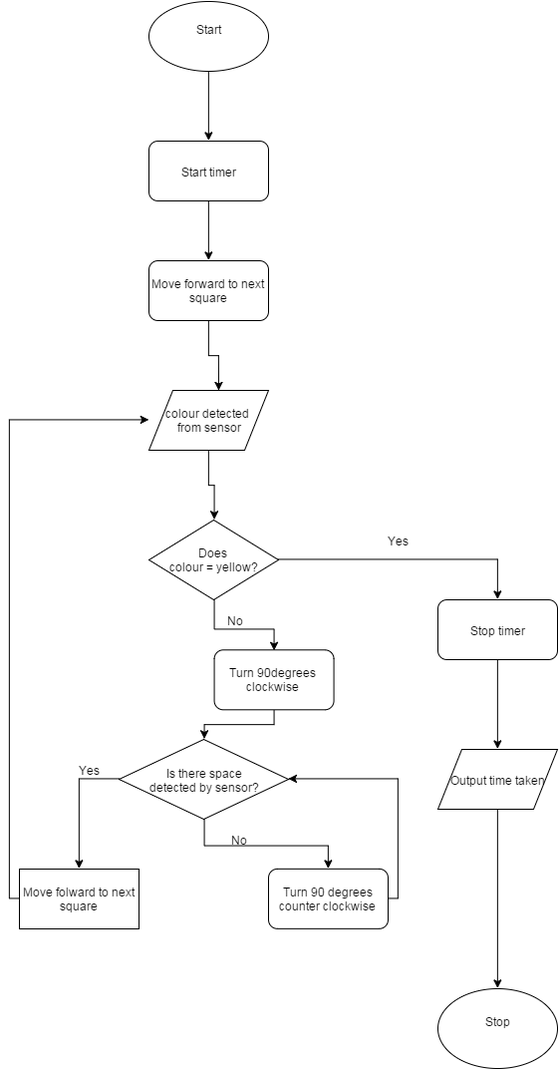
Earlier version of the draw.io export flowchart for program.png (TomHazellCov/D2-Semester-1-LEGO-EV3-project). Source tidied: cells renumbered, new cells last; positions are measured from the earlier drawing's top-left corner, leaving out a move shared by most shapes. Its diagram source:
```xml
<mxGraphModel background="#ffffff">
  <root>
    <mxCell id="0" />
    <mxCell id="1" parent="0" />
    <mxCell id="2" style="edgeStyle=orthogonalEdgeStyle;rounded=0;html=1;exitX=0.5;exitY=1;entryX=0.5;entryY=0;" parent="1" edge="1" source="3" target="28">
      <mxGeometry relative="1" as="geometry" />
    </mxCell>
    <mxCell id="3" value="Start&lt;div&gt;&lt;br&gt;&lt;/div&gt;" style="ellipse;whiteSpace=wrap;html=1;" parent="1" vertex="1">
      <mxGeometry x="130" width="120" height="70" as="geometry" />
    </mxCell>
    <mxCell id="4" style="edgeStyle=orthogonalEdgeStyle;rounded=0;html=1;entryX=0.5;entryY=0;" parent="1" edge="1" source="6" target="32">
      <mxGeometry relative="1" as="geometry">
        <Array as="points">
          <mxPoint x="480" y="559" />
        </Array>
      </mxGeometry>
    </mxCell>
    <mxCell id="5" style="edgeStyle=orthogonalEdgeStyle;rounded=0;html=1;entryX=0.5;entryY=0;" parent="1" edge="1" source="6" target="20">
      <mxGeometry relative="1" as="geometry">
        <Array as="points">
          <mxPoint x="196" y="630" />
          <mxPoint x="256" y="630" />
        </Array>
      </mxGeometry>
    </mxCell>
    <mxCell id="6" value="Does&amp;nbsp;&lt;div&gt;colour = yellow?&lt;/div&gt;" style="rhombus;whiteSpace=wrap;html=1;" parent="1" vertex="1">
      <mxGeometry x="130" y="520" width="130" height="80" as="geometry" />
    </mxCell>
    <mxCell id="7" style="edgeStyle=orthogonalEdgeStyle;rounded=0;html=1;exitX=0.5;exitY=0;entryX=0.5;entryY=0;" parent="1" edge="1" source="8" target="8">
      <mxGeometry relative="1" as="geometry" />
    </mxCell>
    <mxCell id="8" value="Stop&lt;div&gt;&lt;br&gt;&lt;/div&gt;" style="ellipse;whiteSpace=wrap;html=1;" parent="1" vertex="1">
      <mxGeometry x="420" y="990" width="120" height="80" as="geometry" />
    </mxCell>
    <mxCell id="9" style="edgeStyle=orthogonalEdgeStyle;rounded=0;html=1;exitX=0;exitY=0.5;entryX=0;entryY=0.5;" parent="1" edge="1" source="10" target="14">
      <mxGeometry relative="1" as="geometry" />
    </mxCell>
    <mxCell id="10" value="Move folward to next square" style="whiteSpace=wrap;html=1;" parent="1" vertex="1">
      <mxGeometry y="870" width="120" height="60" as="geometry" />
    </mxCell>
    <mxCell id="11" value="Yes" style="text;html=1;strokeColor=none;fillColor=none;align=center;verticalAlign=middle;whiteSpace=wrap;overflow=hidden;" parent="1" vertex="1">
      <mxGeometry x="360" y="530" width="40" height="20" as="geometry" />
    </mxCell>
    <mxCell id="12" value="No" style="text;html=1;strokeColor=none;fillColor=none;align=center;verticalAlign=middle;whiteSpace=wrap;overflow=hidden;" parent="1" vertex="1">
      <mxGeometry x="196" y="610" width="40" height="20" as="geometry" />
    </mxCell>
    <mxCell id="13" style="edgeStyle=orthogonalEdgeStyle;rounded=0;html=1;exitX=0.5;exitY=1;entryX=0.5;entryY=0;" parent="1" edge="1" source="14" target="6">
      <mxGeometry relative="1" as="geometry" />
    </mxCell>
    <mxCell id="14" value="colour detected&amp;nbsp;&lt;div&gt;from sensor&lt;/div&gt;" style="shape=parallelogram;whiteSpace=wrap;html=1;" parent="1" vertex="1">
      <mxGeometry x="130" y="390" width="120" height="60" as="geometry" />
    </mxCell>
    <mxCell id="15" style="edgeStyle=orthogonalEdgeStyle;rounded=0;html=1;exitX=0;exitY=0.5;entryX=0.5;entryY=0;" parent="1" edge="1" source="17" target="10">
      <mxGeometry relative="1" as="geometry" />
    </mxCell>
    <mxCell id="16" style="edgeStyle=orthogonalEdgeStyle;rounded=0;html=1;exitX=0.5;exitY=1;entryX=0.5;entryY=0;" parent="1" edge="1" source="17" target="25">
      <mxGeometry relative="1" as="geometry">
        <Array as="points">
          <mxPoint x="186" y="846" />
          <mxPoint x="310" y="846" />
        </Array>
      </mxGeometry>
    </mxCell>
    <mxCell id="17" style="rhombus;whiteSpace=wrap;html=1;" parent="1" vertex="1">
      <mxGeometry x="100" y="740" width="170" height="80" as="geometry" />
    </mxCell>
    <mxCell id="18" value="Is there space detected by sensor?" style="text;html=1;strokeColor=none;fillColor=none;align=center;verticalAlign=middle;whiteSpace=wrap;overflow=hidden;" parent="1" vertex="1">
      <mxGeometry x="125" y="760" width="120" height="40" as="geometry" />
    </mxCell>
    <mxCell id="19" style="edgeStyle=orthogonalEdgeStyle;rounded=0;html=1;exitX=0.5;exitY=1;entryX=0.5;entryY=0;" parent="1" edge="1" source="20" target="17">
      <mxGeometry relative="1" as="geometry" />
    </mxCell>
    <mxCell id="20" value="Turn 90degrees clockwise" style="rounded=1;whiteSpace=wrap;html=1;" parent="1" vertex="1">
      <mxGeometry x="195.6" y="650.3" width="120" height="60" as="geometry" />
    </mxCell>
    <mxCell id="21" value="Yes" style="text;html=1;strokeColor=none;fillColor=none;align=center;verticalAlign=middle;whiteSpace=wrap;overflow=hidden;" parent="1" vertex="1">
      <mxGeometry x="50" y="760" width="40" height="20" as="geometry" />
    </mxCell>
    <mxCell id="22" style="edgeStyle=orthogonalEdgeStyle;rounded=0;html=1;exitX=0.5;exitY=1;" parent="1" edge="1" source="23">
      <mxGeometry relative="1" as="geometry">
        <mxPoint x="200" y="390" as="targetPoint" />
      </mxGeometry>
    </mxCell>
    <mxCell id="23" value="Move forward to next square" style="rounded=1;whiteSpace=wrap;html=1;" parent="1" vertex="1">
      <mxGeometry x="130" y="260" width="120" height="60" as="geometry" />
    </mxCell>
    <mxCell id="24" style="edgeStyle=orthogonalEdgeStyle;rounded=0;html=1;exitX=1;exitY=0.5;entryX=1;entryY=0.5;" parent="1" edge="1" source="25" target="17">
      <mxGeometry relative="1" as="geometry" />
    </mxCell>
    <mxCell id="25" value="Turn 90 degrees counter clockwise" style="rounded=1;whiteSpace=wrap;html=1;" parent="1" vertex="1">
      <mxGeometry x="250" y="869.9" width="120" height="60" as="geometry" />
    </mxCell>
    <mxCell id="26" value="No" style="text;html=1;strokeColor=none;fillColor=none;align=center;verticalAlign=middle;whiteSpace=wrap;overflow=hidden;" parent="1" vertex="1">
      <mxGeometry x="200" y="830" width="40" height="20" as="geometry" />
    </mxCell>
    <mxCell id="27" style="edgeStyle=orthogonalEdgeStyle;rounded=0;html=1;exitX=0.5;exitY=1;entryX=0.5;entryY=0;" parent="1" edge="1" source="28" target="23">
      <mxGeometry relative="1" as="geometry" />
    </mxCell>
    <mxCell id="28" value="Start timer" style="rounded=1;whiteSpace=wrap;html=1;" parent="1" vertex="1">
      <mxGeometry x="130" y="140" width="120" height="60" as="geometry" />
    </mxCell>
    <mxCell id="29" style="edgeStyle=orthogonalEdgeStyle;rounded=0;html=1;exitX=0.5;exitY=1;entryX=0.5;entryY=0;" parent="1" edge="1" source="30" target="8">
      <mxGeometry relative="1" as="geometry" />
    </mxCell>
    <mxCell id="30" value="Output time taken" style="shape=parallelogram;whiteSpace=wrap;html=1;" parent="1" vertex="1">
      <mxGeometry x="420" y="750" width="120" height="60" as="geometry" />
    </mxCell>
    <mxCell id="31" style="edgeStyle=orthogonalEdgeStyle;rounded=0;html=1;exitX=0.5;exitY=1;entryX=0.5;entryY=0;" parent="1" edge="1" source="32" target="30">
      <mxGeometry relative="1" as="geometry" />
    </mxCell>
    <mxCell id="32" value="Stop timer" style="rounded=1;whiteSpace=wrap;html=1;" parent="1" vertex="1">
      <mxGeometry x="420" y="600" width="120" height="60" as="geometry" />
    </mxCell>
  </root>
</mxGraphModel>
```
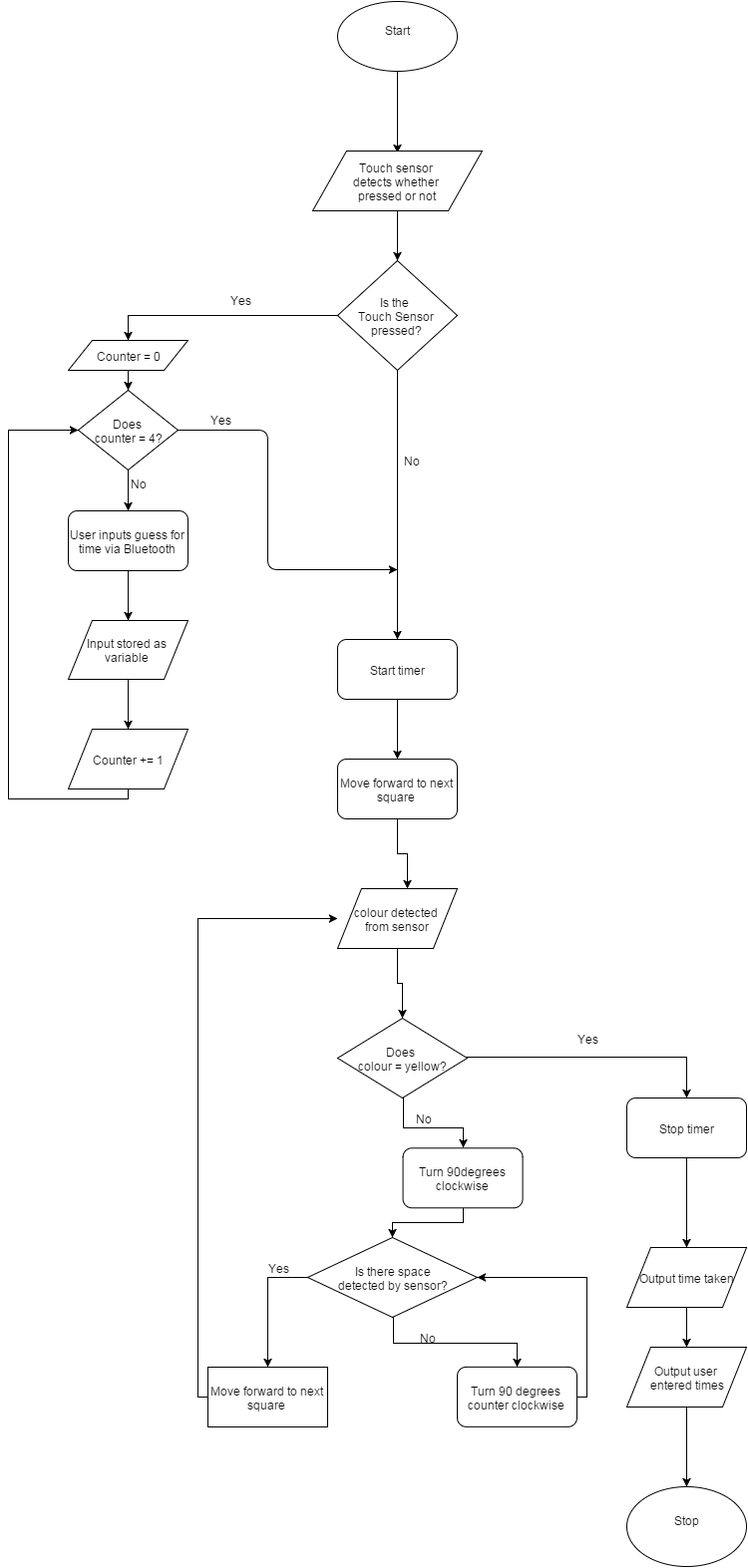
The same diagram one commit later.

What changed in the source:
```diff
@@ -2,11 +2,13 @@
   <root>
     <mxCell id="0" />
     <mxCell id="1" parent="0" />
-    <mxCell id="2" style="edgeStyle=orthogonalEdgeStyle;rounded=0;html=1;exitX=0.5;exitY=1;entryX=0.5;entryY=0;" parent="1" edge="1" source="3" target="28">
-      <mxGeometry relative="1" as="geometry" />
+    <mxCell id="2" style="edgeStyle=orthogonalEdgeStyle;rounded=0;html=1;exitX=0.5;exitY=1;" parent="1" edge="1" source="3">
+      <mxGeometry relative="1" as="geometry">
+        <mxPoint x="190" y="-348" as="targetPoint" />
+      </mxGeometry>
     </mxCell>
     <mxCell id="3" value="Start&lt;div&gt;&lt;br&gt;&lt;/div&gt;" style="ellipse;whiteSpace=wrap;html=1;" parent="1" vertex="1">
-      <mxGeometry x="130" width="120" height="70" as="geometry" />
+      <mxGeometry x="130" y="-500" width="120" height="70" as="geometry" />
     </mxCell>
     <mxCell id="4" style="edgeStyle=orthogonalEdgeStyle;rounded=0;html=1;entryX=0.5;entryY=0;" parent="1" edge="1" source="6" target="32">
       <mxGeometry relative="1" as="geometry">
@@ -35,7 +37,7 @@
     <mxCell id="9" style="edgeStyle=orthogonalEdgeStyle;rounded=0;html=1;exitX=0;exitY=0.5;entryX=0;entryY=0.5;" parent="1" edge="1" source="10" target="14">
       <mxGeometry relative="1" as="geometry" />
     </mxCell>
-    <mxCell id="10" value="Move folward to next square" style="whiteSpace=wrap;html=1;" parent="1" vertex="1">
+    <mxCell id="10" value="Move forward to next square" style="whiteSpace=wrap;html=1;" parent="1" vertex="1">
       <mxGeometry y="870" width="120" height="60" as="geometry" />
     </mxCell>
     <mxCell id="11" value="Yes" style="text;html=1;strokeColor=none;fillColor=none;align=center;verticalAlign=middle;whiteSpace=wrap;overflow=hidden;" parent="1" vertex="1">
@@ -99,9 +101,14 @@
     <mxCell id="28" value="Start timer" style="rounded=1;whiteSpace=wrap;html=1;" parent="1" vertex="1">
       <mxGeometry x="130" y="140" width="120" height="60" as="geometry" />
     </mxCell>
-    <mxCell id="29" style="edgeStyle=orthogonalEdgeStyle;rounded=0;html=1;exitX=0.5;exitY=1;entryX=0.5;entryY=0;" parent="1" edge="1" source="30" target="8">
-      <mxGeometry relative="1" as="geometry" />
+    <mxCell id="29" style="edgeStyle=orthogonalEdgeStyle;rounded=0;html=1;entryX=0.5;entryY=0;" parent="1" edge="1" target="8">
+      <mxGeometry relative="1" as="geometry">
+        <mxPoint x="480" y="900" as="sourcePoint" />
+      </mxGeometry>
     </mxCell>
+    <mxCell id="33" style="edgeStyle=orthogonalEdgeStyle;rounded=0;html=1;exitX=0.5;exitY=1;entryX=0.5;entryY=0;" parent="1" edge="1" source="30" target="54">
+      <mxGeometry relative="1" as="geometry" />
+    </mxCell>
     <mxCell id="30" value="Output time taken" style="shape=parallelogram;whiteSpace=wrap;html=1;" parent="1" vertex="1">
       <mxGeometry x="420" y="750" width="120" height="60" as="geometry" />
     </mxCell>
@@ -111,5 +118,85 @@
     <mxCell id="32" value="Stop timer" style="rounded=1;whiteSpace=wrap;html=1;" parent="1" vertex="1">
       <mxGeometry x="420" y="600" width="120" height="60" as="geometry" />
     </mxCell>
+    <mxCell id="34" style="edgeStyle=orthogonalEdgeStyle;rounded=0;html=1;exitX=0;exitY=0.5;" parent="1" edge="1" source="36">
+      <mxGeometry relative="1" as="geometry">
+        <mxPoint x="-80" y="-160" as="targetPoint" />
+        <Array as="points">
+          <mxPoint x="-80" y="-185" />
+        </Array>
+      </mxGeometry>
+    </mxCell>
+    <mxCell id="35" style="edgeStyle=orthogonalEdgeStyle;rounded=0;html=1;exitX=0.5;exitY=1;entryX=0.5;entryY=0;" parent="1" edge="1" source="36" target="28">
+      <mxGeometry relative="1" as="geometry" />
+    </mxCell>
+    <mxCell id="36" value="Is the&amp;nbsp;&lt;div&gt;Touch Sensor pressed?&lt;/div&gt;" style="rhombus;whiteSpace=wrap;html=1;" parent="1" vertex="1">
+      <mxGeometry x="130" y="-240" width="120" height="110" as="geometry" />
+    </mxCell>
+    <mxCell id="37" style="edgeStyle=orthogonalEdgeStyle;rounded=0;html=1;exitX=0.5;exitY=1;entryX=0.5;entryY=0;" parent="1" edge="1" source="38" target="42">
+      <mxGeometry relative="1" as="geometry" />
+    </mxCell>
+    <mxCell id="38" value="User inputs guess for time via Bluetooth" style="rounded=1;whiteSpace=wrap;html=1;" parent="1" vertex="1">
+      <mxGeometry x="-140" y="11" width="120" height="60" as="geometry" />
+    </mxCell>
+    <mxCell id="39" style="edgeStyle=orthogonalEdgeStyle;rounded=0;html=1;exitX=0.5;exitY=1;entryX=0.5;entryY=0;" parent="1" edge="1" source="40" target="36">
+      <mxGeometry relative="1" as="geometry" />
+    </mxCell>
+    <mxCell id="40" value="Touch sensor&amp;nbsp;&lt;div&gt;detects whether&amp;nbsp;&lt;/div&gt;&lt;div&gt;pressed or not&lt;/div&gt;" style="shape=parallelogram;whiteSpace=wrap;html=1;" parent="1" vertex="1">
+      <mxGeometry x="105" y="-350" width="170" height="60" as="geometry" />
+    </mxCell>
+    <mxCell id="41" style="edgeStyle=orthogonalEdgeStyle;rounded=0;html=1;exitX=0.5;exitY=1;entryX=0.5;entryY=0;" parent="1" edge="1" source="42" target="51">
+      <mxGeometry relative="1" as="geometry" />
+    </mxCell>
+    <mxCell id="42" value="Input stored as variable" style="shape=parallelogram;whiteSpace=wrap;html=1;" parent="1" vertex="1">
+      <mxGeometry x="-140" y="121" width="120" height="59" as="geometry" />
+    </mxCell>
+    <mxCell id="43" value="Yes" style="text;html=1;align=left;verticalAlign=top;spacingTop=-4;" parent="1" vertex="1">
+      <mxGeometry x="20" y="-210" width="40" height="20" as="geometry" />
+    </mxCell>
+    <mxCell id="44" value="No" style="text;html=1;align=left;verticalAlign=top;spacingTop=-4;" parent="1" vertex="1">
+      <mxGeometry x="194" y="-49" width="30" height="20" as="geometry" />
+    </mxCell>
+    <mxCell id="45" style="edgeStyle=orthogonalEdgeStyle;rounded=0;html=1;exitX=0.5;exitY=1;entryX=0.5;entryY=0;" parent="1" edge="1" source="46" target="38">
+      <mxGeometry relative="1" as="geometry" />
+    </mxCell>
+    <mxCell id="46" value="Does&amp;nbsp;&lt;div&gt;counter = 4?&lt;/div&gt;" style="rhombus;whiteSpace=wrap;html=1;" parent="1" vertex="1">
+      <mxGeometry x="-130" y="-110" width="100" height="80" as="geometry" />
+    </mxCell>
+    <mxCell id="47" style="endArrow=classic;html=1;exitX=1;exitY=0.5;" parent="1" edge="1" source="46">
+      <mxGeometry relative="1" as="geometry">
+        <mxPoint x="190" y="70" as="targetPoint" />
+        <Array as="points">
+          <mxPoint x="60" y="-70" />
+          <mxPoint x="60" y="70" />
+        </Array>
+      </mxGeometry>
+    </mxCell>
+    <mxCell id="48" value="No" style="text;html=1;align=left;verticalAlign=top;spacingTop=-4;" parent="1" vertex="1">
+      <mxGeometry x="-80" y="-26" width="30" height="20" as="geometry" />
+    </mxCell>
+    <mxCell id="49" value="Yes" style="text;html=1;align=left;verticalAlign=top;spacingTop=-4;" parent="1" vertex="1">
+      <mxGeometry y="-90" width="40" height="20" as="geometry" />
+    </mxCell>
+    <mxCell id="50" style="edgeStyle=orthogonalEdgeStyle;rounded=0;html=1;exitX=0.5;exitY=1;entryX=0;entryY=0.5;" parent="1" edge="1" source="51" target="46">
+      <mxGeometry relative="1" as="geometry">
+        <Array as="points">
+          <mxPoint x="-80" y="300" />
+          <mxPoint x="-200" y="300" />
+          <mxPoint x="-200" y="-70" />
+        </Array>
+      </mxGeometry>
+    </mxCell>
+    <mxCell id="51" value="Counter += 1&lt;br&gt;" style="shape=parallelogram;whiteSpace=wrap;html=1;" parent="1" vertex="1">
+      <mxGeometry x="-140" y="230" width="120" height="60" as="geometry" />
+    </mxCell>
+    <mxCell id="52" style="edgeStyle=orthogonalEdgeStyle;rounded=0;html=1;exitX=0.5;exitY=1;entryX=0.5;entryY=0;" parent="1" edge="1" source="53" target="46">
+      <mxGeometry relative="1" as="geometry" />
+    </mxCell>
+    <mxCell id="53" value="Counter = 0" style="shape=parallelogram;whiteSpace=wrap;html=1;" parent="1" vertex="1">
+      <mxGeometry x="-140" y="-160" width="120" height="30" as="geometry" />
+    </mxCell>
+    <mxCell id="54" value="Output user&amp;nbsp;&lt;div&gt;entered times&lt;/div&gt;" style="shape=parallelogram;whiteSpace=wrap;html=1;" parent="1" vertex="1">
+      <mxGeometry x="420" y="850" width="120" height="60" as="geometry" />
+    </mxCell>
   </root>
 </mxGraphModel>
```
